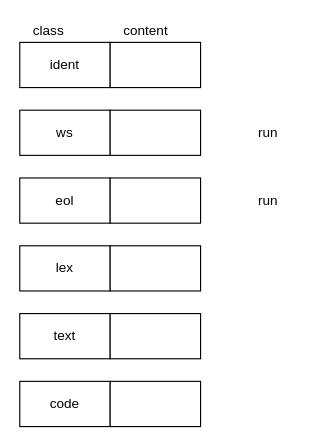
Earlier version of the draw.io diagram page "basic tokens" (1 of 7) of asca/tokens.drawio (guitarvydas/dasl2). Source tidied: cells renumbered, new cells numbered last; positions are measured from the earlier drawing's top-left corner, leaving out a move shared by most shapes. Both pictures are drawn from the tidied source at 113%, with x=0, y=0 at pixel (19, 19).
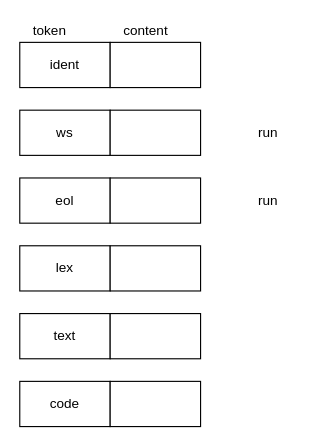
Above is the later version.

Diff of the diagram source:
```diff
@@
 <mxGraphModel>
   <root>
     <mxCell id="0" />
     <mxCell id="1" parent="0" />
     <mxCell id="2" value="ident" style="rounded=0;whiteSpace=wrap;html=1;" parent="1" vertex="1">
       <mxGeometry y="20" width="80" height="40" as="geometry" />
     </mxCell>
     <mxCell id="3" style="rounded=0;whiteSpace=wrap;html=1;" parent="1" vertex="1">
       <mxGeometry x="80" y="20" width="80" height="40" as="geometry" />
     </mxCell>
-    <mxCell id="4" value="class" style="text;html=1;strokeColor=none;fillColor=none;align=left;verticalAlign=middle;whiteSpace=wrap;rounded=0;" parent="1" vertex="1">
+    <mxCell id="4" value="token" style="text;html=1;strokeColor=none;fillColor=none;align=left;verticalAlign=middle;whiteSpace=wrap;rounded=0;" parent="1" vertex="1">
       <mxGeometry x="10" width="40" height="20" as="geometry" />
     </mxCell>
     <mxCell id="5" value="content" style="text;html=1;strokeColor=none;fillColor=none;align=left;verticalAlign=middle;whiteSpace=wrap;rounded=0;" parent="1" vertex="1">
       <mxGeometry x="90" width="40" height="20" as="geometry" />
     </mxCell>
     <mxCell id="6" value="ws" style="rounded=0;whiteSpace=wrap;html=1;" parent="1" vertex="1">
       <mxGeometry y="80" width="80" height="40" as="geometry" />
     </mxCell>
     <mxCell id="7" style="rounded=0;whiteSpace=wrap;html=1;" parent="1" vertex="1">
       <mxGeometry x="80" y="80" width="80" height="40" as="geometry" />
     </mxCell>
     <mxCell id="8" value="eol" style="rounded=0;whiteSpace=wrap;html=1;" parent="1" vertex="1">
       <mxGeometry y="140" width="80" height="40" as="geometry" />
     </mxCell>
     <mxCell id="9" style="rounded=0;whiteSpace=wrap;html=1;" parent="1" vertex="1">
       <mxGeometry x="80" y="140" width="80" height="40" as="geometry" />
     </mxCell>
     <mxCell id="10" value="lex" style="rounded=0;whiteSpace=wrap;html=1;" parent="1" vertex="1">
       <mxGeometry y="200" width="80" height="40" as="geometry" />
     </mxCell>
     <mxCell id="11" style="rounded=0;whiteSpace=wrap;html=1;" parent="1" vertex="1">
       <mxGeometry x="80" y="200" width="80" height="40" as="geometry" />
     </mxCell>
     <mxCell id="12" value="text" style="rounded=0;whiteSpace=wrap;html=1;" parent="1" vertex="1">
       <mxGeometry y="260" width="80" height="40" as="geometry" />
     </mxCell>
     <mxCell id="13" style="rounded=0;whiteSpace=wrap;html=1;" parent="1" vertex="1">
       <mxGeometry x="80" y="260" width="80" height="40" as="geometry" />
     </mxCell>
     <mxCell id="14" value="run" style="text;html=1;strokeColor=none;fillColor=none;align=center;verticalAlign=middle;whiteSpace=wrap;rounded=0;" parent="1" vertex="1">
       <mxGeometry x="200" y="90" width="40" height="20" as="geometry" />
     </mxCell>
     <mxCell id="15" value="run" style="text;html=1;strokeColor=none;fillColor=none;align=center;verticalAlign=middle;whiteSpace=wrap;rounded=0;" parent="1" vertex="1">
       <mxGeometry x="200" y="150" width="40" height="20" as="geometry" />
     </mxCell>
     <mxCell id="16" value="code" style="rounded=0;whiteSpace=wrap;html=1;" parent="1" vertex="1">
       <mxGeometry y="320" width="80" height="40" as="geometry" />
     </mxCell>
     <mxCell id="17" style="rounded=0;whiteSpace=wrap;html=1;" parent="1" vertex="1">
       <mxGeometry x="80" y="320" width="80" height="40" as="geometry" />
     </mxCell>
   </root>
 </mxGraphModel>
```
